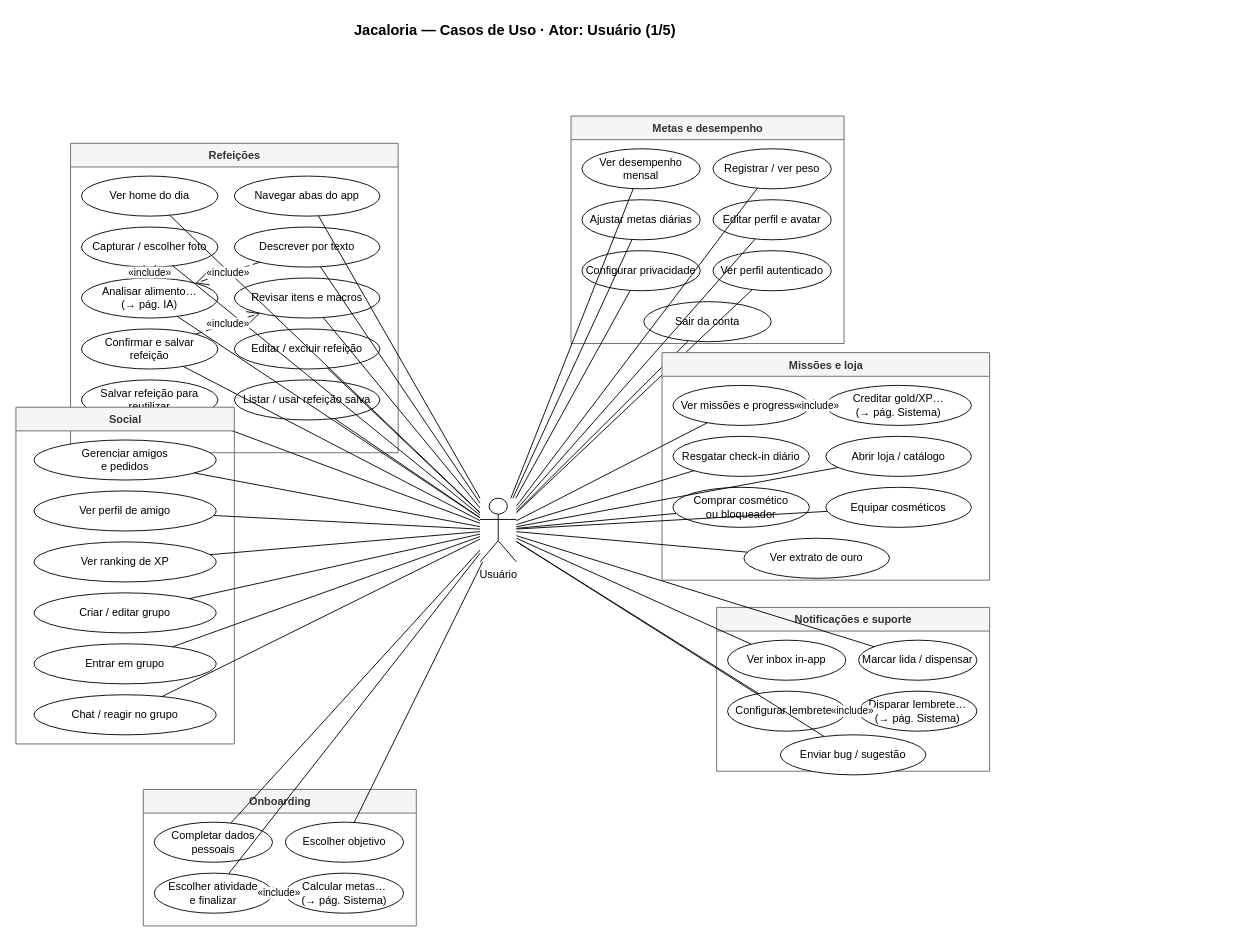
Earlier version of the draw.io diagram page "Usuário" (1 of 5) of frontend/CasosDeUso.drawio (israelhub/JacalorIA-CONTADOR-DE-CALORIAS). Source tidied: cells renumbered, new cells numbered last; positions are measured from the earlier drawing's top-left corner, leaving out a move shared by most shapes. Both pictures are drawn from the tidied source at 91%, with x=0, y=0 at pixel (15, 15).
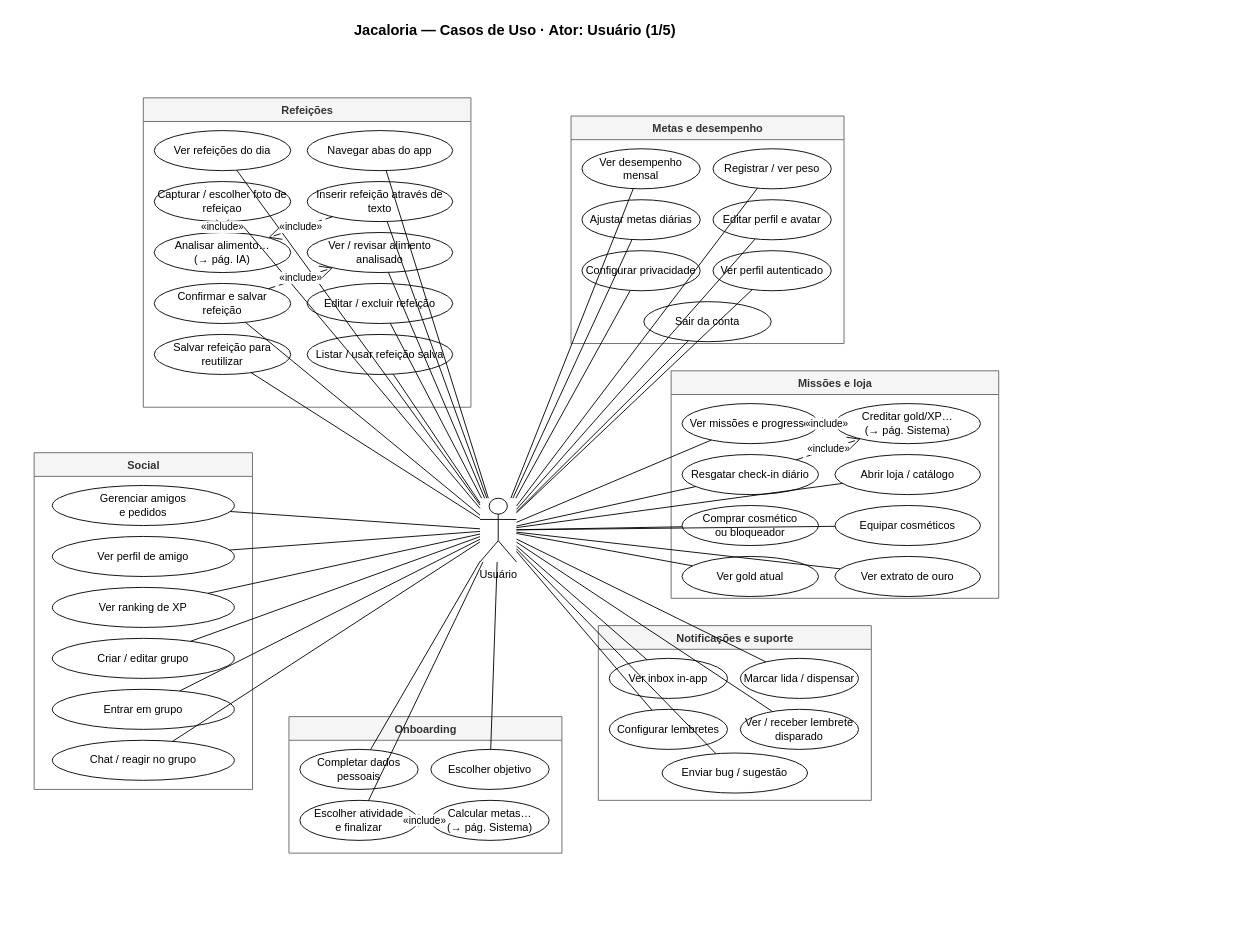
Above is the later version.

Commit message (it also covers changes not shown here):
Corrige responsabilidades nos casos de uso (IA/Sistema).

Analisar alimento fica na IA (stub no Usuário); disparar lembrete e
creditar gold/XP no Sistema. Usuário vê/revisa análise, recebe lembrete,
vê gold/extrato; missões/check-in incluem crédito via stub.

Unchanged cells that the change refers to:
```xml
<mxCell id="3" value="Usuário" style="shape=umlActor;verticalLabelPosition=bottom;verticalAlign=top;html=1;outlineConnect=0;" parent="1" vertex="1">
  <mxGeometry x="510" y="530" width="40" height="70" as="geometry" />
</mxCell>
<mxCell id="18" value="Analisar alimento…&#10;(→ pág. IA)" style="ellipse;whiteSpace=wrap;html=1;" parent="13" vertex="1">
  <mxGeometry x="12" y="148" width="150" height="44" as="geometry" />
</mxCell>
<mxCell id="54" value="Creditar gold/XP…&#10;(→ pág. Sistema)" style="ellipse;whiteSpace=wrap;html=1;" parent="52" vertex="1">
  <mxGeometry x="180" y="36" width="160" height="44" as="geometry" />
</mxCell>
<mxCell id="55" value="Resgatar check-in diário" style="ellipse;whiteSpace=wrap;html=1;" parent="52" vertex="1">
  <mxGeometry x="12" y="92" width="150" height="44" as="geometry" />
</mxCell>
<mxCell id="83" value="Configurar lembretes" style="ellipse;whiteSpace=wrap;html=1;" parent="80" vertex="1">
  <mxGeometry x="12" y="92" width="130" height="44" as="geometry" />
</mxCell>
```

What changed in the source:
```diff
@@
     <mxCell id="4" value="Onboarding" style="swimlane;fontStyle=1;align=center;verticalAlign=top;startSize=26;fillColor=#f5f5f5;strokeColor=#666666;fontColor=#333333;html=1;" parent="1" vertex="1">
-      <mxGeometry x="140" y="850" width="300" height="150" as="geometry" />
+      <mxGeometry x="300" y="770" width="300" height="150" as="geometry" />
     </mxCell>
@@
     <mxCell id="13" value="Refeições" style="swimlane;fontStyle=1;align=center;verticalAlign=top;startSize=26;fillColor=#f5f5f5;strokeColor=#666666;fontColor=#333333;html=1;" parent="1" vertex="1">
-      <mxGeometry x="60" y="140" width="360" height="340" as="geometry" />
+      <mxGeometry x="140" y="90" width="360" height="340" as="geometry" />
     </mxCell>
-    <mxCell id="14" value="Ver home do dia" style="ellipse;whiteSpace=wrap;html=1;" parent="13" vertex="1">
+    <mxCell id="14" value="Ver refeições do dia" style="ellipse;whiteSpace=wrap;html=1;" parent="13" vertex="1">
       <mxGeometry x="12" y="36" width="150" height="44" as="geometry" />
     </mxCell>
@@
-    <mxCell id="16" value="Capturar / escolher foto" style="ellipse;whiteSpace=wrap;html=1;" parent="13" vertex="1">
+    <mxCell id="16" value="Capturar / escolher foto de refeiçao" style="ellipse;whiteSpace=wrap;html=1;" parent="13" vertex="1">
       <mxGeometry x="12" y="92" width="150" height="44" as="geometry" />
     </mxCell>
-    <mxCell id="17" value="Descrever por texto" style="ellipse;whiteSpace=wrap;html=1;" parent="13" vertex="1">
+    <mxCell id="17" value="Inserir refeição através de texto" style="ellipse;whiteSpace=wrap;html=1;" parent="13" vertex="1">
       <mxGeometry x="180" y="92" width="160" height="44" as="geometry" />
     </mxCell>
@@
-    <mxCell id="19" value="Revisar itens e macros" style="ellipse;whiteSpace=wrap;html=1;" parent="13" vertex="1">
+    <mxCell id="19" value="Ver / revisar alimento&#10;analisado" style="ellipse;whiteSpace=wrap;html=1;" parent="13" vertex="1">
       <mxGeometry x="180" y="148" width="160" height="44" as="geometry" />
     </mxCell>
@@
+    <mxCell id="33" value="Salvar refeição para reutilizar" style="ellipse;whiteSpace=wrap;html=1;" parent="13" vertex="1">
+      <mxGeometry x="12" y="260" width="150" height="44" as="geometry" />
+    </mxCell>
+    <mxCell id="34" value="Listar / usar refeição salva" style="ellipse;whiteSpace=wrap;html=1;" parent="13" vertex="1">
+      <mxGeometry x="180" y="260" width="160" height="44" as="geometry" />
+    </mxCell>
@@
-    <mxCell id="26" style="endArrow=none;html=1;rounded=0;strokeWidth=1;" parent="1" edge="1" source="3" target="18">
-      <mxGeometry relative="1" as="geometry" />
-    </mxCell>
@@
-    <mxCell id="33" value="Salvar refeição para reutilizar" style="ellipse;whiteSpace=wrap;html=1;" parent="13" vertex="1">
-      <mxGeometry x="12" y="260" width="150" height="44" as="geometry" />
-    </mxCell>
-    <mxCell id="34" value="Listar / usar refeição salva" style="ellipse;whiteSpace=wrap;html=1;" parent="13" vertex="1">
-      <mxGeometry x="180" y="260" width="160" height="44" as="geometry" />
-    </mxCell>
@@
     <mxCell id="52" value="Missões e loja" style="swimlane;fontStyle=1;align=center;verticalAlign=top;startSize=26;fillColor=#f5f5f5;strokeColor=#666666;fontColor=#333333;html=1;" parent="1" vertex="1">
-      <mxGeometry x="710" y="370" width="360" height="250" as="geometry" />
+      <mxGeometry x="720" y="390" width="360" height="250" as="geometry" />
     </mxCell>
@@
     <mxCell id="59" value="Ver extrato de ouro" style="ellipse;whiteSpace=wrap;html=1;" parent="52" vertex="1">
-      <mxGeometry x="90" y="204" width="160" height="44" as="geometry" />
+      <mxGeometry x="180" y="204" width="160" height="44" as="geometry" />
     </mxCell>
@@
     <mxCell id="67" value="Social" style="swimlane;fontStyle=1;align=center;verticalAlign=top;startSize=26;fillColor=#f5f5f5;strokeColor=#666666;fontColor=#333333;html=1;" parent="1" vertex="1">
-      <mxGeometry y="430" width="240" height="370" as="geometry" />
+      <mxGeometry x="20" y="480" width="240" height="370" as="geometry" />
     </mxCell>
@@
     <mxCell id="80" value="Notificações e suporte" style="swimlane;fontStyle=1;align=center;verticalAlign=top;startSize=26;fillColor=#f5f5f5;strokeColor=#666666;fontColor=#333333;html=1;" parent="1" vertex="1">
-      <mxGeometry x="770" y="650" width="300" height="180" as="geometry" />
+      <mxGeometry x="640" y="670" width="300" height="192" as="geometry" />
     </mxCell>
@@
-    <mxCell id="84" value="Disparar lembrete…&#10;(→ pág. Sistema)" style="ellipse;whiteSpace=wrap;html=1;" parent="80" vertex="1">
+    <mxCell id="84" value="Ver / receber lembrete&#10;disparado" style="ellipse;whiteSpace=wrap;html=1;" parent="80" vertex="1">
       <mxGeometry x="156" y="92" width="130" height="44" as="geometry" />
     </mxCell>
@@
+    <mxCell id="91" style="endArrow=none;html=1;rounded=0;strokeWidth=1;" parent="1" edge="1" source="3" target="84">
+      <mxGeometry relative="1" as="geometry" />
+    </mxCell>
+    <mxCell id="92" value="Ver gold atual" style="ellipse;whiteSpace=wrap;html=1;" parent="52" vertex="1">
+      <mxGeometry x="12" y="204" width="150" height="44" as="geometry" />
+    </mxCell>
+    <mxCell id="93" style="endArrow=none;html=1;rounded=0;strokeWidth=1;" parent="1" edge="1" source="3" target="92">
+      <mxGeometry relative="1" as="geometry" />
+    </mxCell>
-    <mxCell id="90" value="«include»" style="endArrow=open;html=1;endSize=12;dashed=1;dashPattern=8 4;rounded=0;" parent="1" edge="1" source="83" target="84">
+    <mxCell id="90" value="«include»" style="endArrow=open;html=1;endSize=12;dashed=1;dashPattern=8 4;rounded=0;" parent="1" edge="1" source="55" target="54">
       <mxGeometry relative="1" as="geometry" />
     </mxCell>
```
